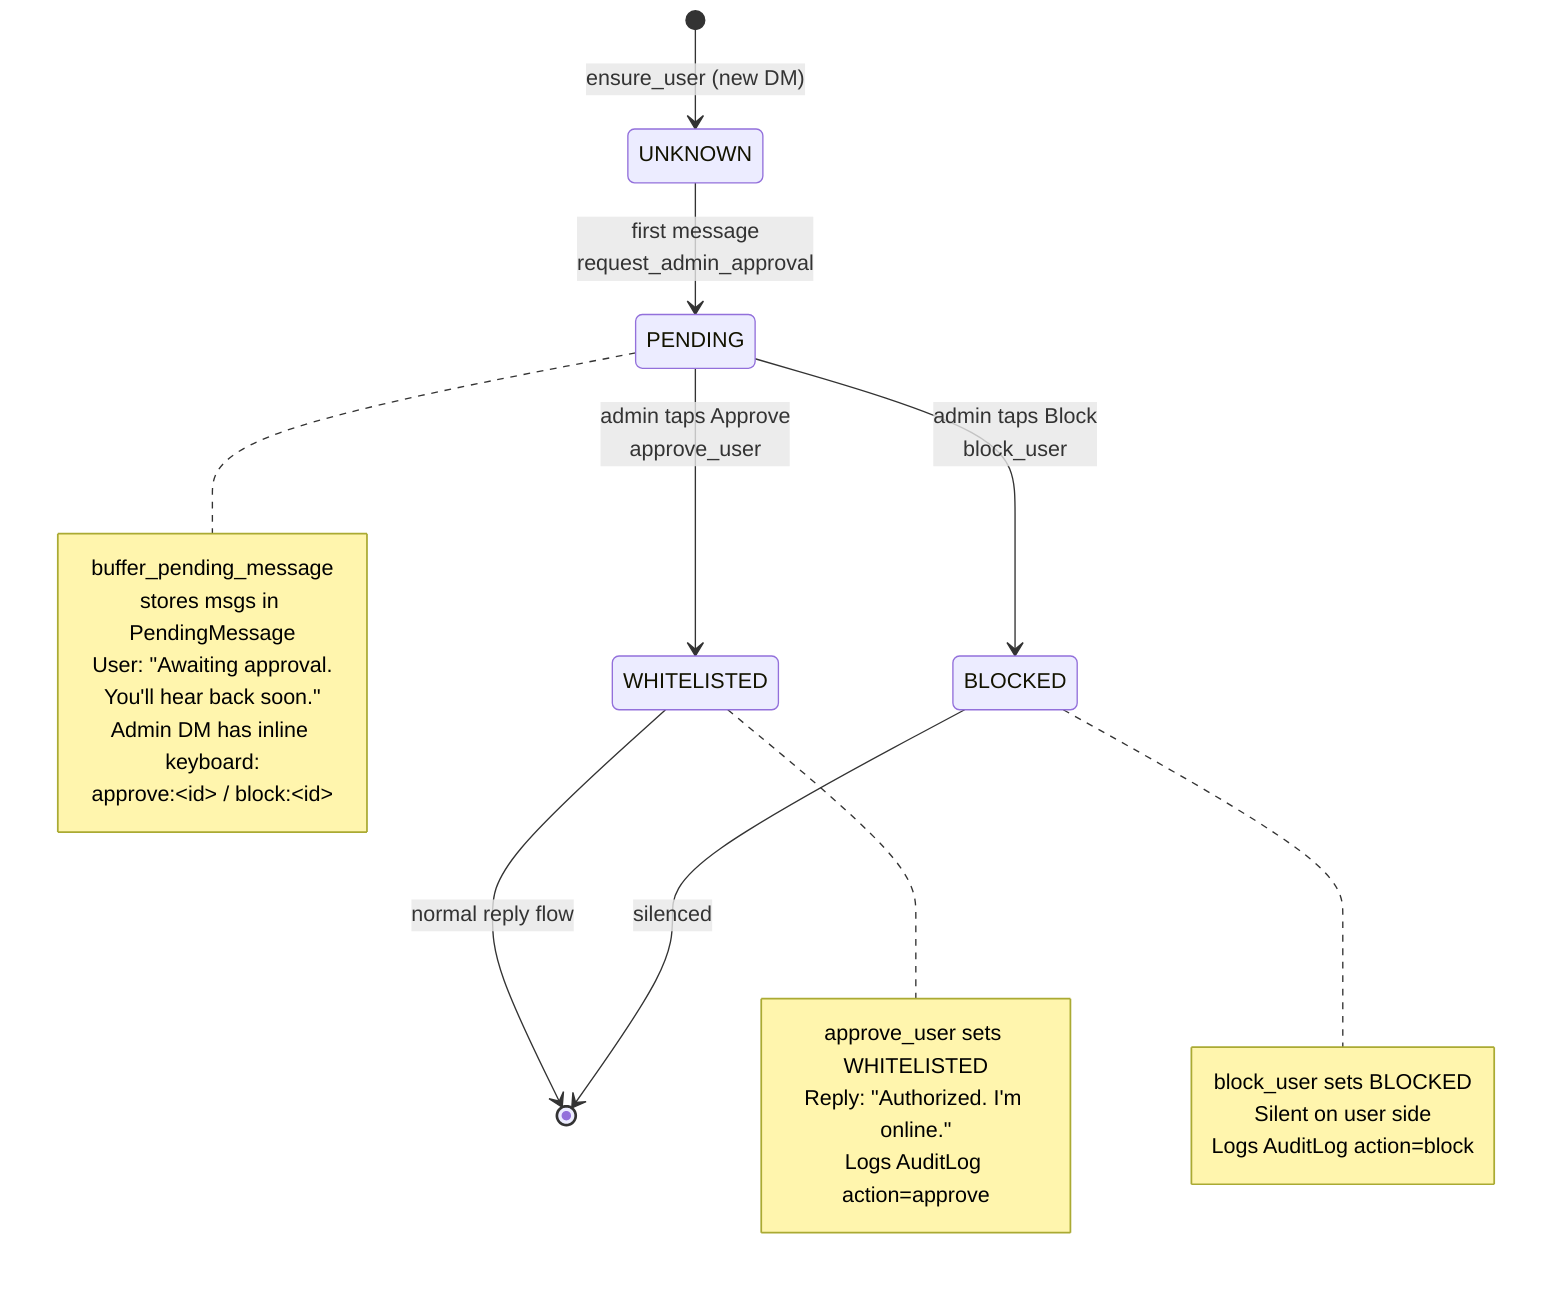
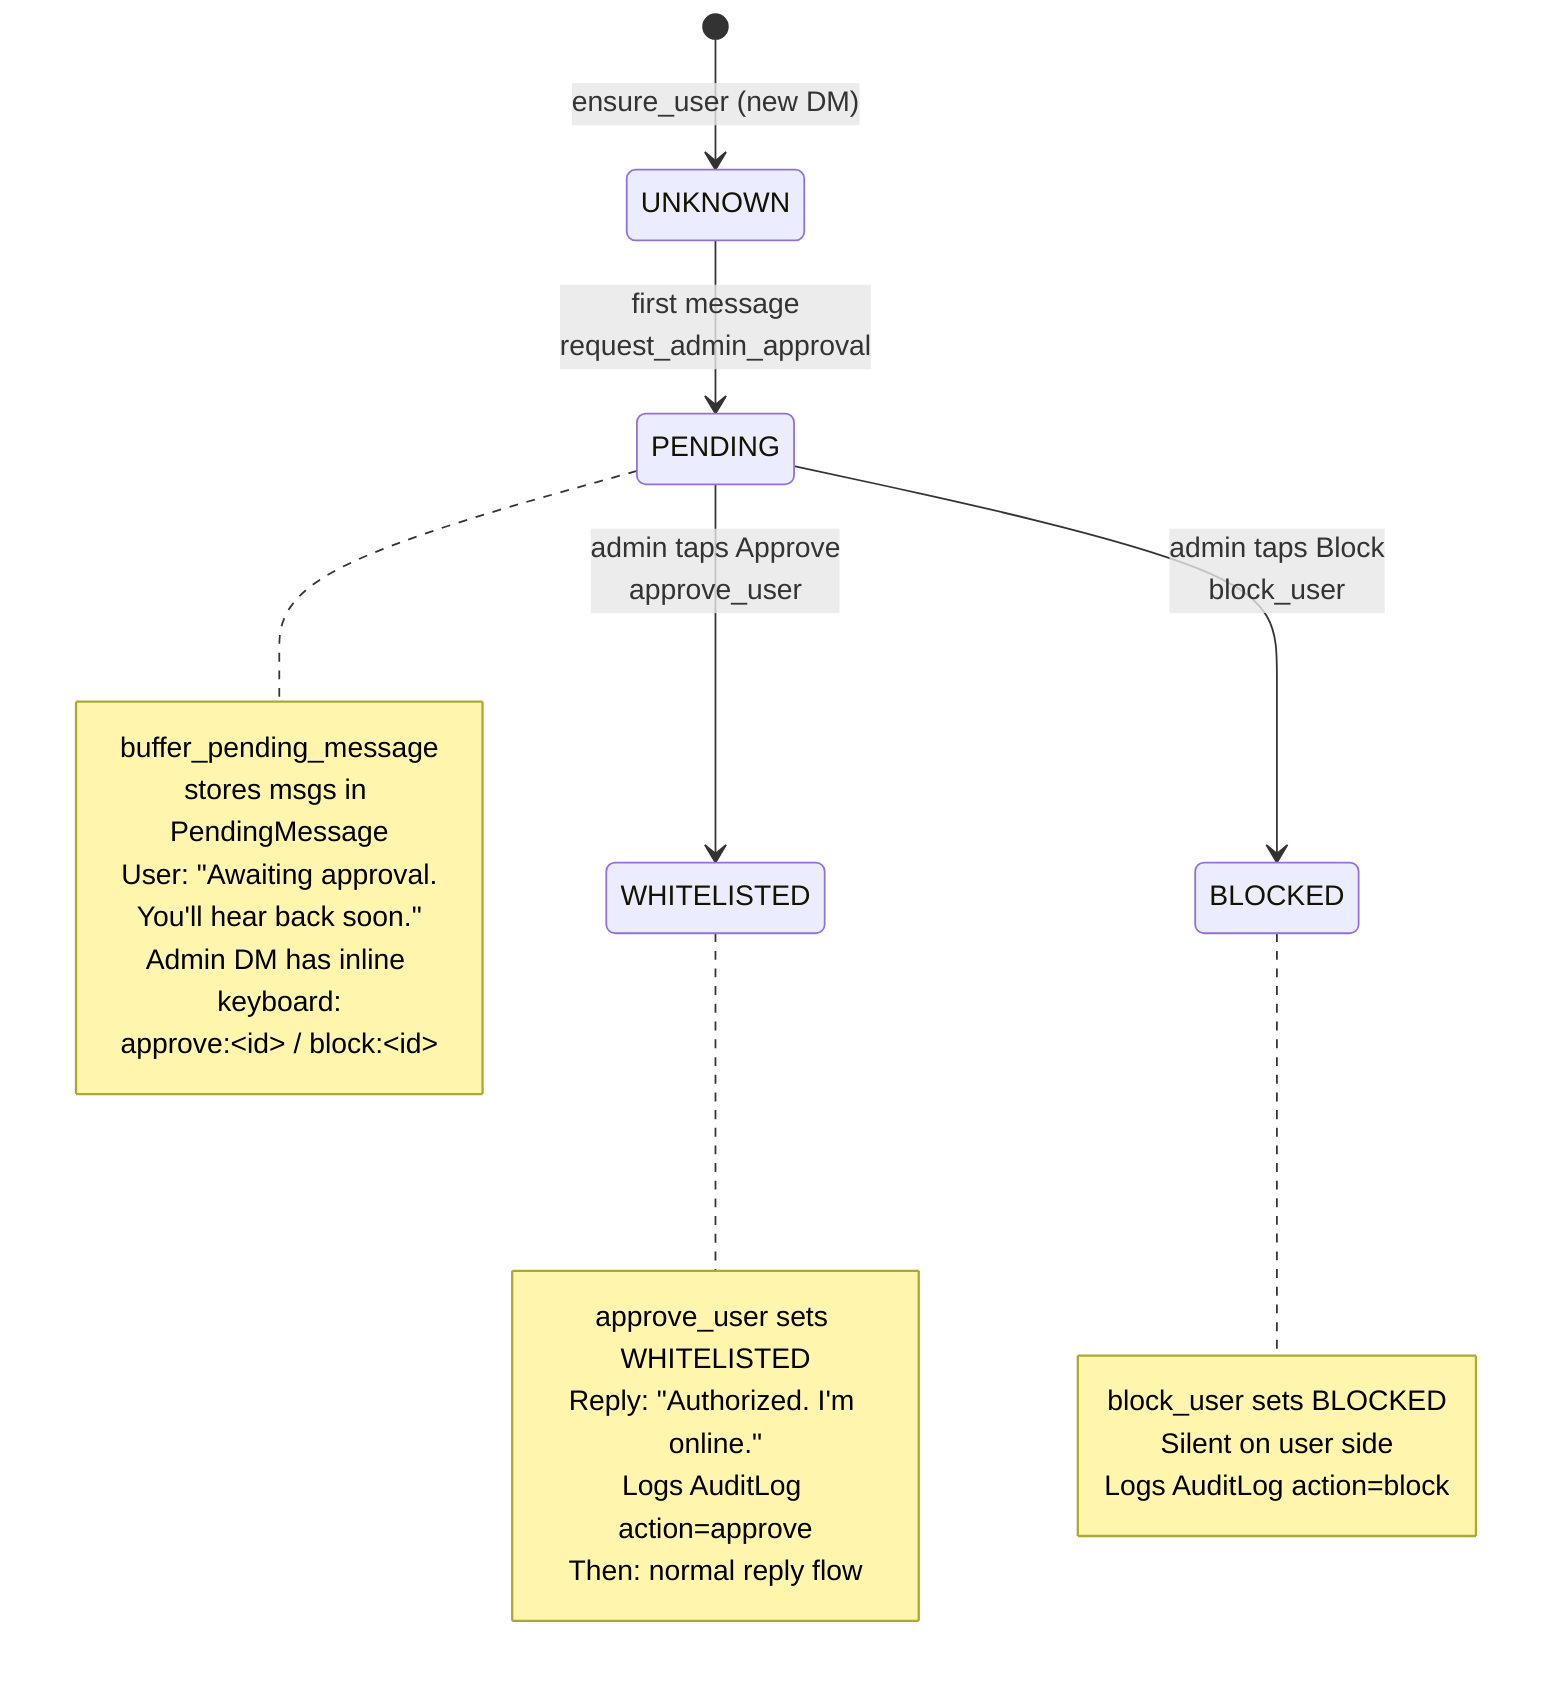
stateDiagram-v2
    [*] --> UNKNOWN : ensure_user (new DM)

    UNKNOWN --> PENDING : first message<br/>request_admin_approval

    PENDING --> WHITELISTED : admin taps Approve<br/>approve_user
    PENDING --> BLOCKED : admin taps Block<br/>block_user

-     WHITELISTED --> [*] : normal reply flow
-     BLOCKED --> [*] : silenced
- 
    note right of PENDING
        buffer_pending_message
        stores msgs in PendingMessage
        User: "Awaiting approval.
        You'll hear back soon."
        Admin DM has inline keyboard:
        approve:&lt;id&gt; / block:&lt;id&gt;
-     end note
+ end note

    note right of WHITELISTED
        approve_user sets WHITELISTED
        Reply: "Authorized. I'm online."
        Logs AuditLog action=approve
+         Then: normal reply flow
    end note

    note right of BLOCKED
        block_user sets BLOCKED
        Silent on user side
        Logs AuditLog action=block
    end note
